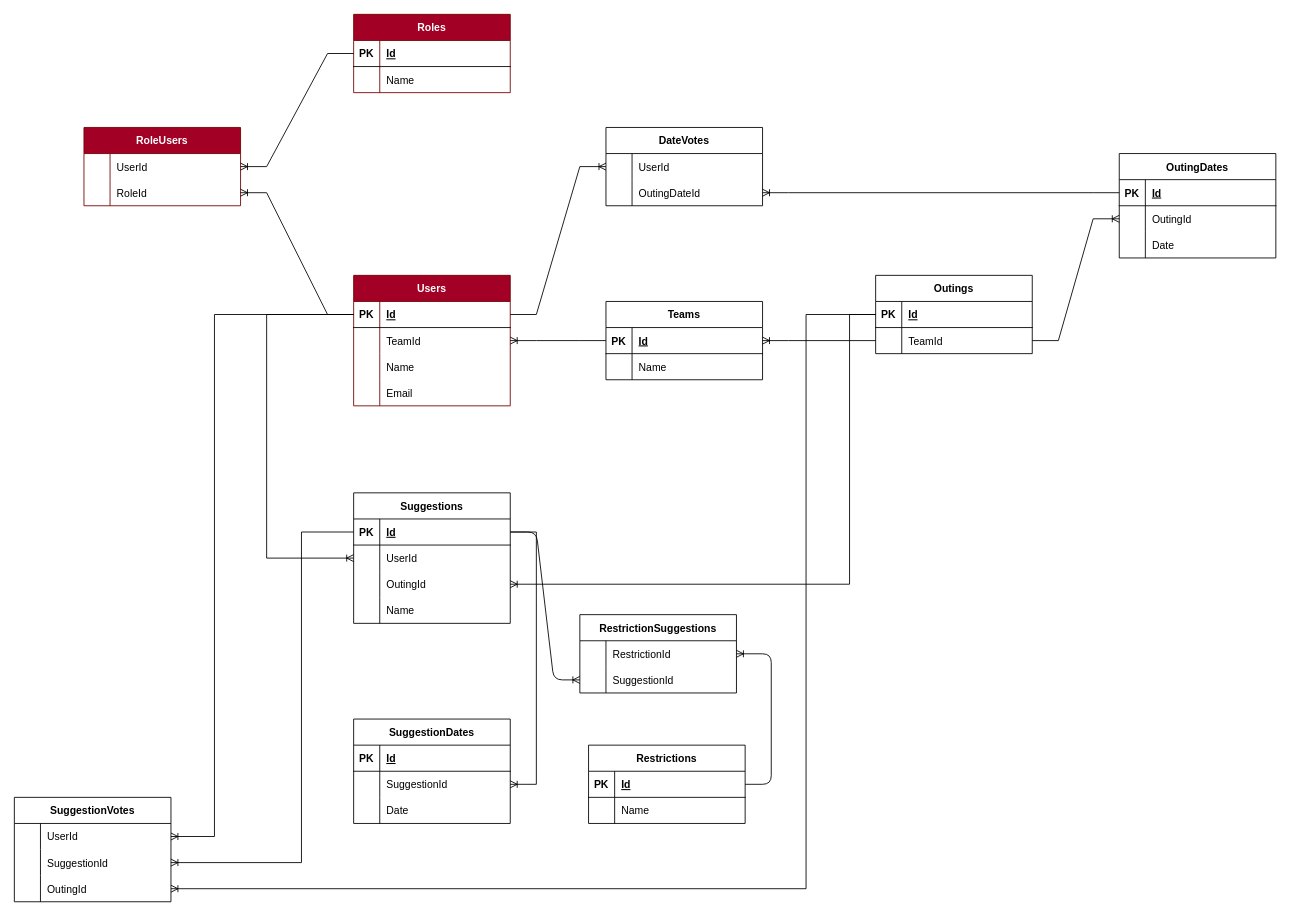
Earlier version of the draw.io diagram docs/ERD.drawio (PS222407/cgi-talpa-groepsopdracht). Source tidied: cells renumbered, new cells numbered last; positions are measured from the earlier drawing's top-left corner, leaving out a move shared by most shapes. Both pictures are drawn from the tidied source at 87%, with x=0, y=0 at pixel (14, 14).
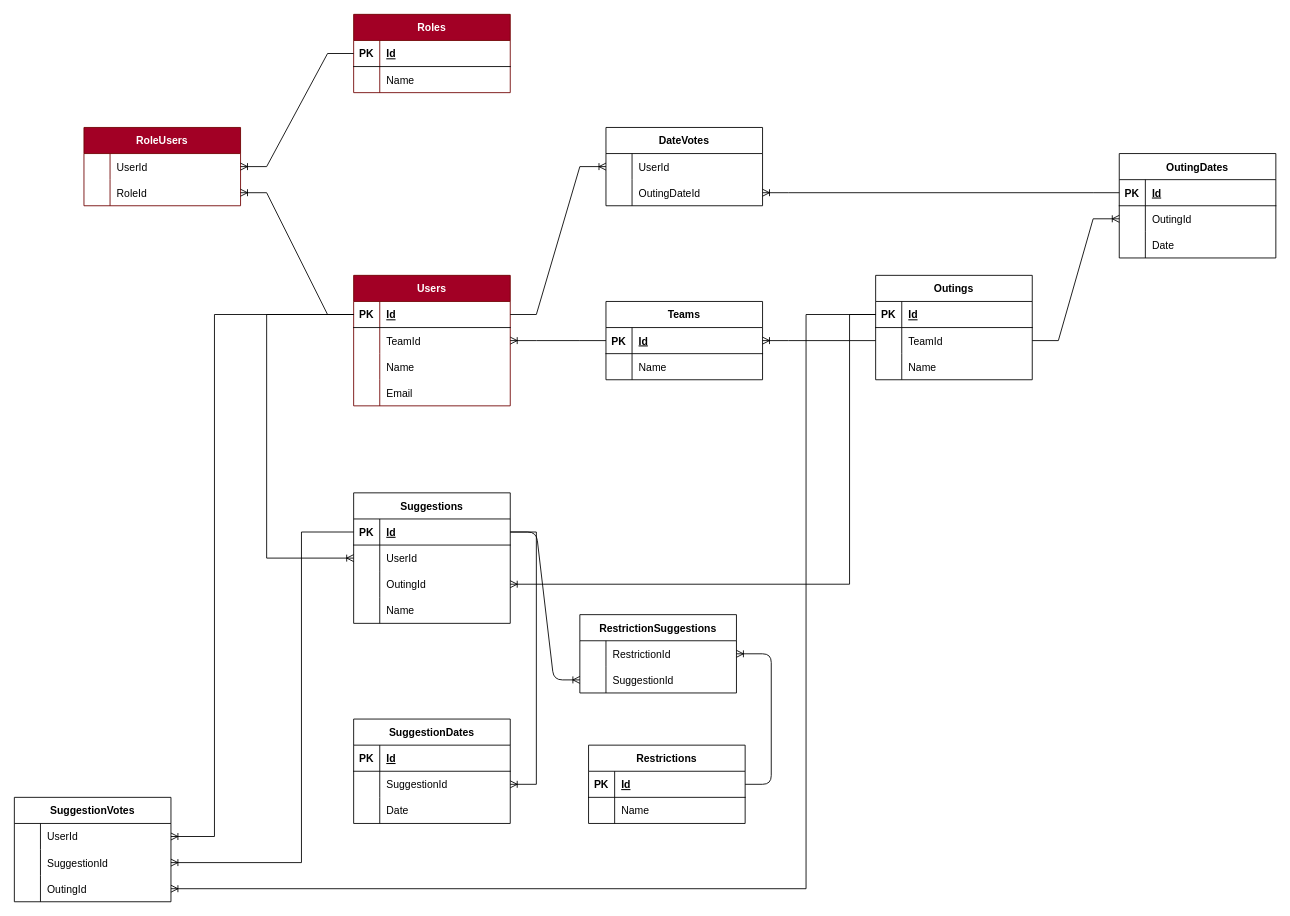
After the change.

Unchanged cells that the change refers to:
```xml
<mxCell id="52" style="shape=tableRow;horizontal=0;startSize=0;swimlaneHead=0;swimlaneBody=0;fillColor=none;points=[[0,0.5],[1,0.5]];portConstraint=eastwest;top=0;left=0;right=0;bottom=1;rounded=0;" parent="51" vertex="1">
  <mxGeometry y="30" width="180" height="30" as="geometry" />
</mxCell>
<mxCell id="62" style="shape=tableRow;horizontal=0;startSize=0;swimlaneHead=0;swimlaneBody=0;fillColor=none;points=[[0,0.5],[1,0.5]];portConstraint=eastwest;top=0;left=0;right=0;bottom=0;rounded=0;" parent="58" vertex="1">
  <mxGeometry y="60" width="180" height="30" as="geometry" />
</mxCell>
```

Change to the diagram source:
```diff
@@
     <mxCell id="44" value="Outings" style="shape=table;startSize=30;childLayout=tableLayout;rowLines=0;fontStyle=1;align=center;rounded=0;" parent="1" vertex="1">
-      <mxGeometry x="990" y="300" width="180" height="90" as="geometry" />
+      <mxGeometry x="990" y="300" width="180" height="120" as="geometry" />
     </mxCell>
@@
+    <mxCell id="122" style="shape=tableRow;horizontal=0;startSize=0;swimlaneHead=0;swimlaneBody=0;fillColor=none;points=[[0,0.5],[1,0.5]];portConstraint=eastwest;top=0;left=0;right=0;bottom=0;rounded=0;" parent="44" vertex="1">
+      <mxGeometry y="60" width="180" height="30" as="geometry" />
+    </mxCell>
+    <mxCell id="123" style="shape=partialRectangle;fillColor=none;top=0;left=0;bottom=0;right=0;overflow=hidden;rounded=0;" parent="122" vertex="1">
+      <mxGeometry width="30" height="30" as="geometry" />
+    </mxCell>
+    <mxCell id="124" value="TeamId" style="shape=partialRectangle;fillColor=none;top=0;left=0;bottom=0;right=0;align=left;spacingLeft=6;overflow=hidden;rounded=0;" parent="122" vertex="1">
+      <mxGeometry x="30" width="150" height="30" as="geometry" />
+    </mxCell>
     <mxCell id="48" style="shape=tableRow;horizontal=0;startSize=0;swimlaneHead=0;swimlaneBody=0;fillColor=none;points=[[0,0.5],[1,0.5]];portConstraint=eastwest;top=0;left=0;right=0;bottom=0;rounded=0;" parent="44" vertex="1">
-      <mxGeometry y="60" width="180" height="30" as="geometry" />
+      <mxGeometry y="90" width="180" height="30" as="geometry" />
     </mxCell>
@@
-    <mxCell id="50" value="TeamId" style="shape=partialRectangle;fillColor=none;top=0;left=0;bottom=0;right=0;align=left;spacingLeft=6;overflow=hidden;rounded=0;" parent="48" vertex="1">
+    <mxCell id="50" value="Name" style="shape=partialRectangle;fillColor=none;top=0;left=0;bottom=0;right=0;align=left;spacingLeft=6;overflow=hidden;rounded=0;" parent="48" vertex="1">
       <mxGeometry x="30" width="150" height="30" as="geometry" />
     </mxCell>
@@
-    <mxCell id="79" style="edgeStyle=entityRelationEdgeStyle;fontSize=12;html=1;endArrow=ERoneToMany;rounded=0;" parent="1" edge="1" source="48" target="52">
+    <mxCell id="79" style="edgeStyle=entityRelationEdgeStyle;fontSize=12;html=1;endArrow=ERoneToMany;rounded=0;" parent="1" edge="1" source="122" target="52">
       <mxGeometry relative="1" as="geometry" />
     </mxCell>
-    <mxCell id="80" style="edgeStyle=entityRelationEdgeStyle;fontSize=12;html=1;endArrow=ERoneToMany;rounded=0;" parent="1" edge="1" source="48" target="62">
+    <mxCell id="80" style="edgeStyle=entityRelationEdgeStyle;fontSize=12;html=1;endArrow=ERoneToMany;rounded=0;" parent="1" edge="1" source="122" target="62">
       <mxGeometry relative="1" as="geometry" />
     </mxCell>
```
